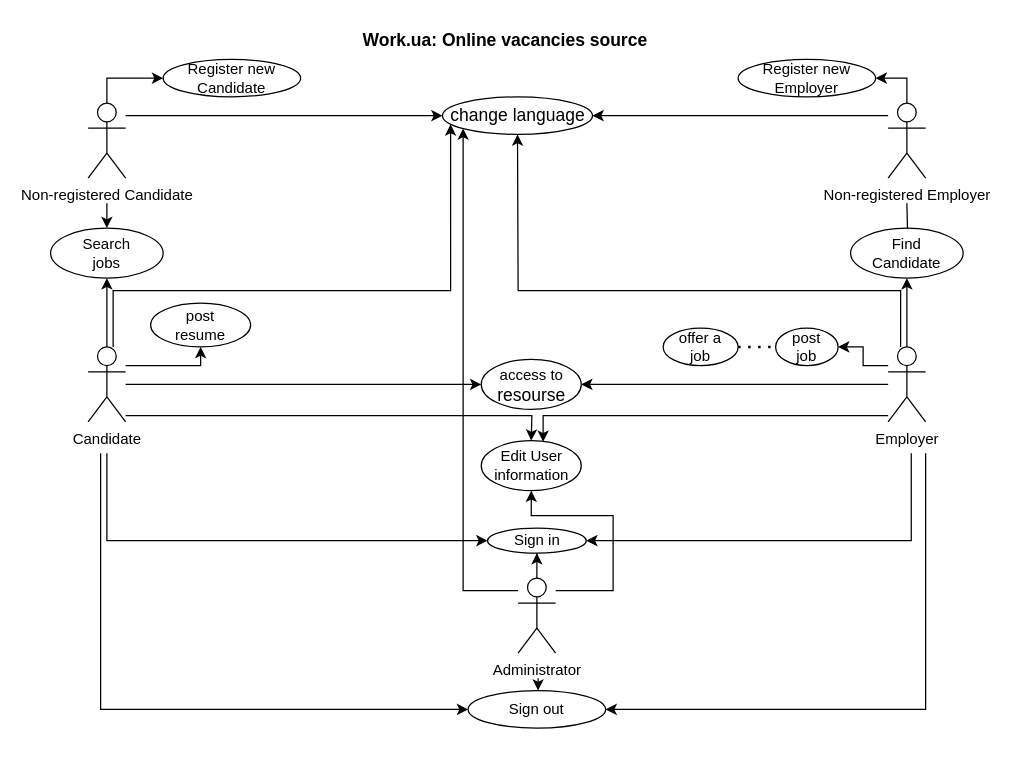
SynelnykE/ISTQB_PracticalTeasing1 keeps this draw.io diagram as WorkUA.drawio. Above is the earlier version. Source tidied: cells renumbered, new cells numbered last; positions are measured from the earlier drawing's top-left corner, leaving out a move shared by most shapes. Both pictures are drawn from the tidied source at 125%, with x=0, y=0 at pixel (50, 21).
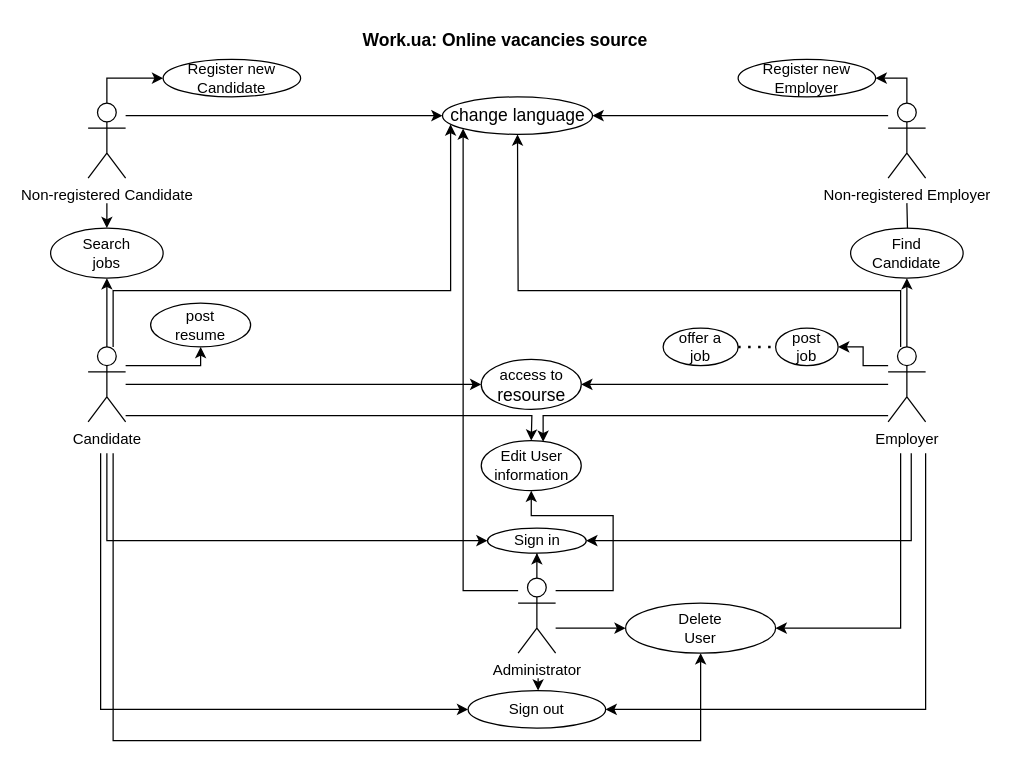
The same page after the edit.

Commit message (it also covers changes not shown here):
Add Delete User to diagram and Create .jpg diagram

Unchanged cells that the change refers to:
```xml
<mxCell id="6" value="Administrator" style="shape=umlActor;verticalLabelPosition=bottom;verticalAlign=top;html=1;outlineConnect=0;" parent="1" vertex="1">
  <mxGeometry x="374" y="445" width="30" height="60" as="geometry" />
</mxCell>
```

What changed in the source:
```diff
@@
+    <mxCell id="45" style="edgeStyle=orthogonalEdgeStyle;rounded=0;jettySize=auto;html=1;" parent="1" edge="1" source="6" target="48">
+      <mxGeometry relative="1" as="geometry">
+        <Array as="points">
+          <mxPoint x="420" y="485" />
+          <mxPoint x="420" y="485" />
+        </Array>
+      </mxGeometry>
+    </mxCell>
@@
+    <mxCell id="46" style="edgeStyle=orthogonalEdgeStyle;rounded=0;jettySize=auto;html=1;entryX=0.5;entryY=1;entryDx=0;entryDy=0;entryPerimeter=0;" parent="1" edge="1" target="48">
+      <mxGeometry relative="1" as="geometry">
+        <mxPoint x="50" y="345" as="sourcePoint" />
+        <Array as="points">
+          <mxPoint x="50" y="575" />
+          <mxPoint x="520" y="575" />
+        </Array>
+      </mxGeometry>
+    </mxCell>
@@
+    <mxCell id="47" style="edgeStyle=orthogonalEdgeStyle;rounded=0;jettySize=auto;html=1;entryX=1;entryY=0.5;entryDx=0;entryDy=0;" parent="1" edge="1" target="48">
+      <mxGeometry relative="1" as="geometry">
+        <mxPoint x="680" y="345" as="sourcePoint" />
+        <Array as="points">
+          <mxPoint x="680" y="485" />
+        </Array>
+      </mxGeometry>
+    </mxCell>
@@
+    <mxCell id="48" value="Delete&lt;br&gt;User" style="ellipse;whiteSpace=wrap;html=1;" parent="1" vertex="1">
+      <mxGeometry x="460" y="465" width="120" height="40" as="geometry" />
+    </mxCell>
```
